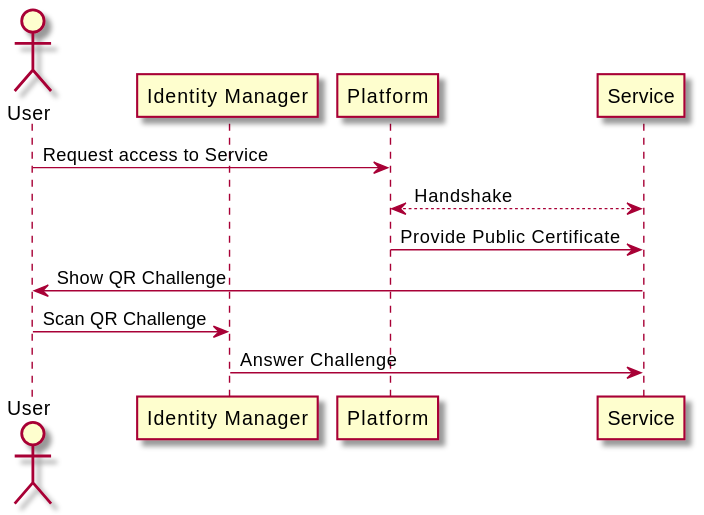
The PlantUML diagram sequence_diagrams/examples/4.authenticate-with-service-via-platform.svg in Gisleburt/open-metaverse-id, before a commit. Source of this version:
```plantuml
@startuml

actor "User" as user
participant "Identity Manager" as im
participant Platform as plat
participant Service as serv

user -> plat: Request access to Service
plat <--> serv: Handshake
plat -> serv: Provide Public Certificate
serv -> user: Show QR Challenge
user -> im: Scan QR Challenge
im -> serv: Answer Challenge

@enduml
```
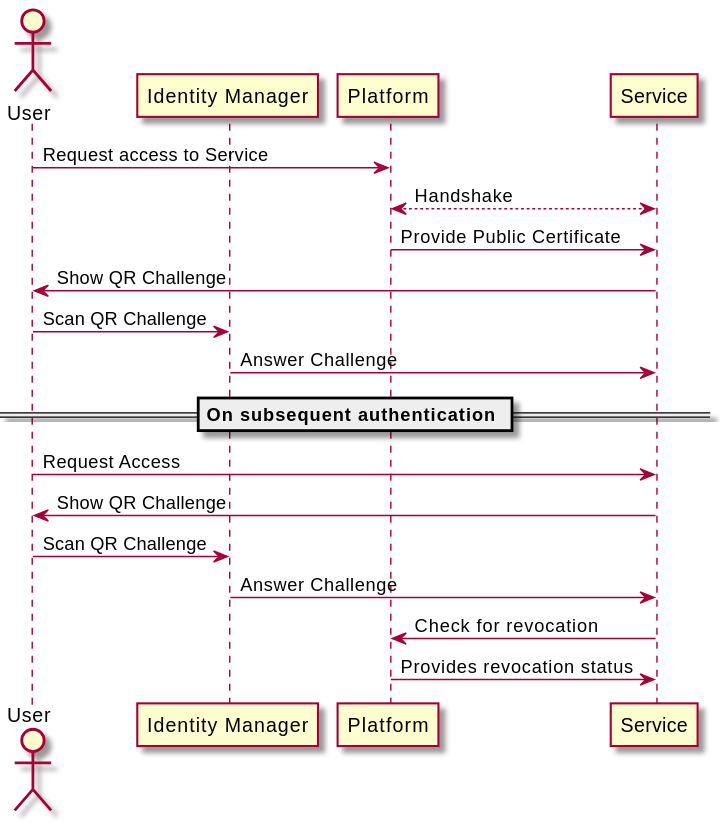
After the change.

Commit message:
Add subsequent logins to authenticate via platform

What changed in the source:
```diff
@@ -12,4 +12,12 @@
 user -> im: Scan QR Challenge
 im -> serv: Answer Challenge
 
+== On subsequent authentication ==
+
+user -> serv: Request Access
+serv -> user: Show QR Challenge
+user -> im: Scan QR Challenge
+im -> serv: Answer Challenge
+serv -> plat: Check for revocation
+plat -> serv: Provides revocation status
 @enduml
```
